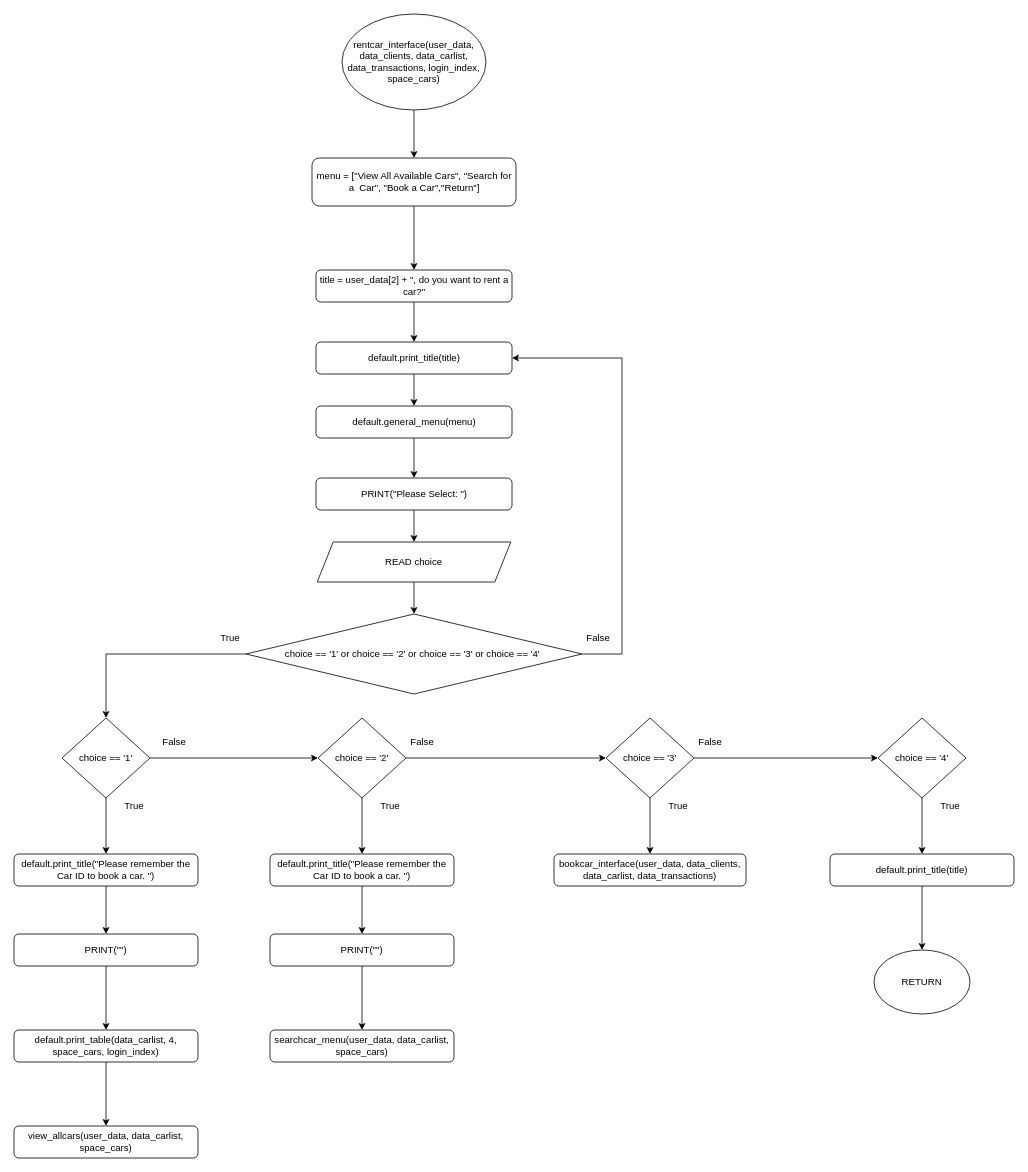
The draw.io diagram Flowchart/clients/rentcar_interface.drawio in RabbitBear00/Car-Rental-System, before the edit. Source tidied: cells renumbered, new cells numbered last; positions are measured from the earlier drawing's top-left corner, leaving out a move shared by most shapes. Both pictures are drawn from the tidied source at 80%, with x=0, y=0 at pixel (14, 14).
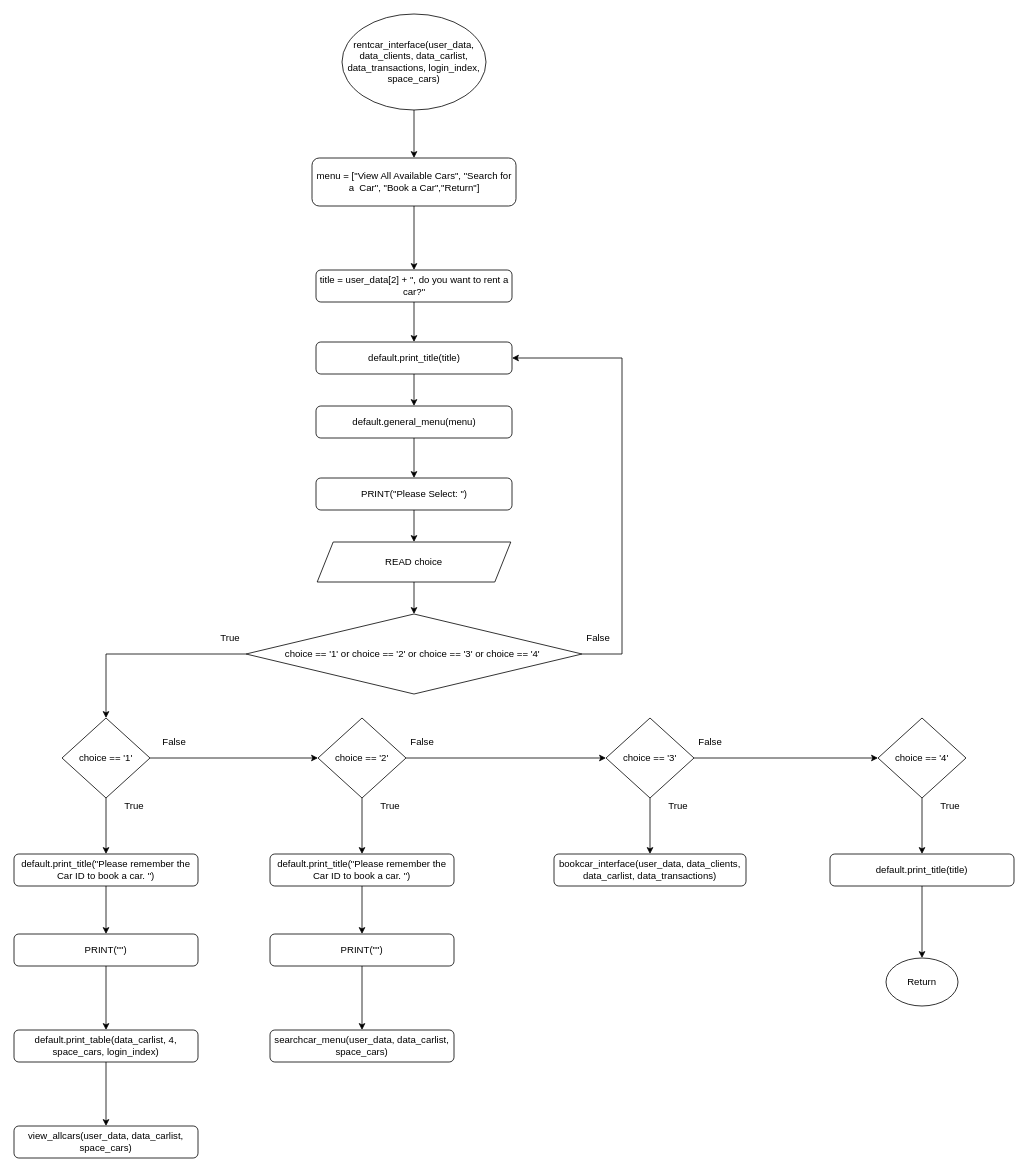
The same page after the edit.

Unchanged cells that the change refers to:
```xml
<mxCell id="36" value="default.print_title(title)" style="rounded=1;whiteSpace=wrap;html=1;" parent="1" vertex="1">
  <mxGeometry x="1020" y="1050" width="230" height="40" as="geometry" />
</mxCell>
```

Change to the diagram source:
```diff
@@
-    <mxCell id="35" style="edgeStyle=orthogonalEdgeStyle;rounded=0;jettySize=auto;html=1;" parent="1" edge="1" source="36" target="45">
-      <mxGeometry relative="1" as="geometry" />
-    </mxCell>
+    <mxCell id="55" style="edgeStyle=orthogonalEdgeStyle;rounded=0;jettySize=auto;html=1;entryX=0.5;entryY=0;entryDx=0;entryDy=0;" parent="1" edge="1" source="36" target="56">
+      <mxGeometry relative="1" as="geometry" />
+    </mxCell>
@@
-    <mxCell id="45" value="RETURN" style="ellipse;whiteSpace=wrap;html=1;" parent="1" vertex="1">
-      <mxGeometry x="1075" y="1170" width="120" height="80" as="geometry" />
-    </mxCell>
@@
+    <mxCell id="56" value="Return" style="ellipse;whiteSpace=wrap;html=1;" parent="1" vertex="1">
+      <mxGeometry x="1090" y="1180" width="90" height="60" as="geometry" />
+    </mxCell>
```
